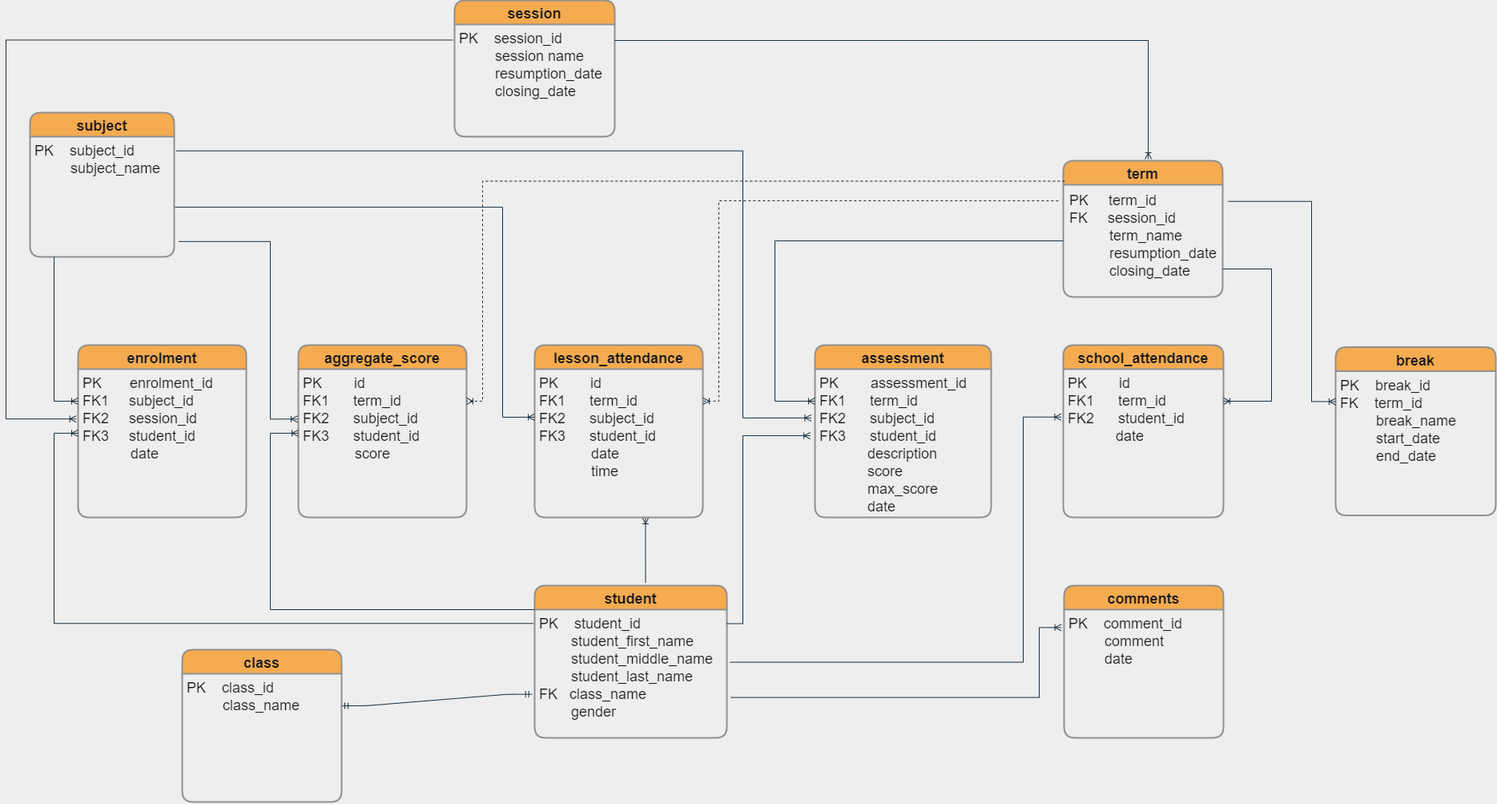
This is app/images/sims_ERD.png from KelvinJC/SIMS-Desktop-app, a draw.io export, as it was before one commit. Source tidied: cells renumbered, new cells last; positions are measured from the earlier drawing's top-left corner, leaving out a move shared by most shapes.
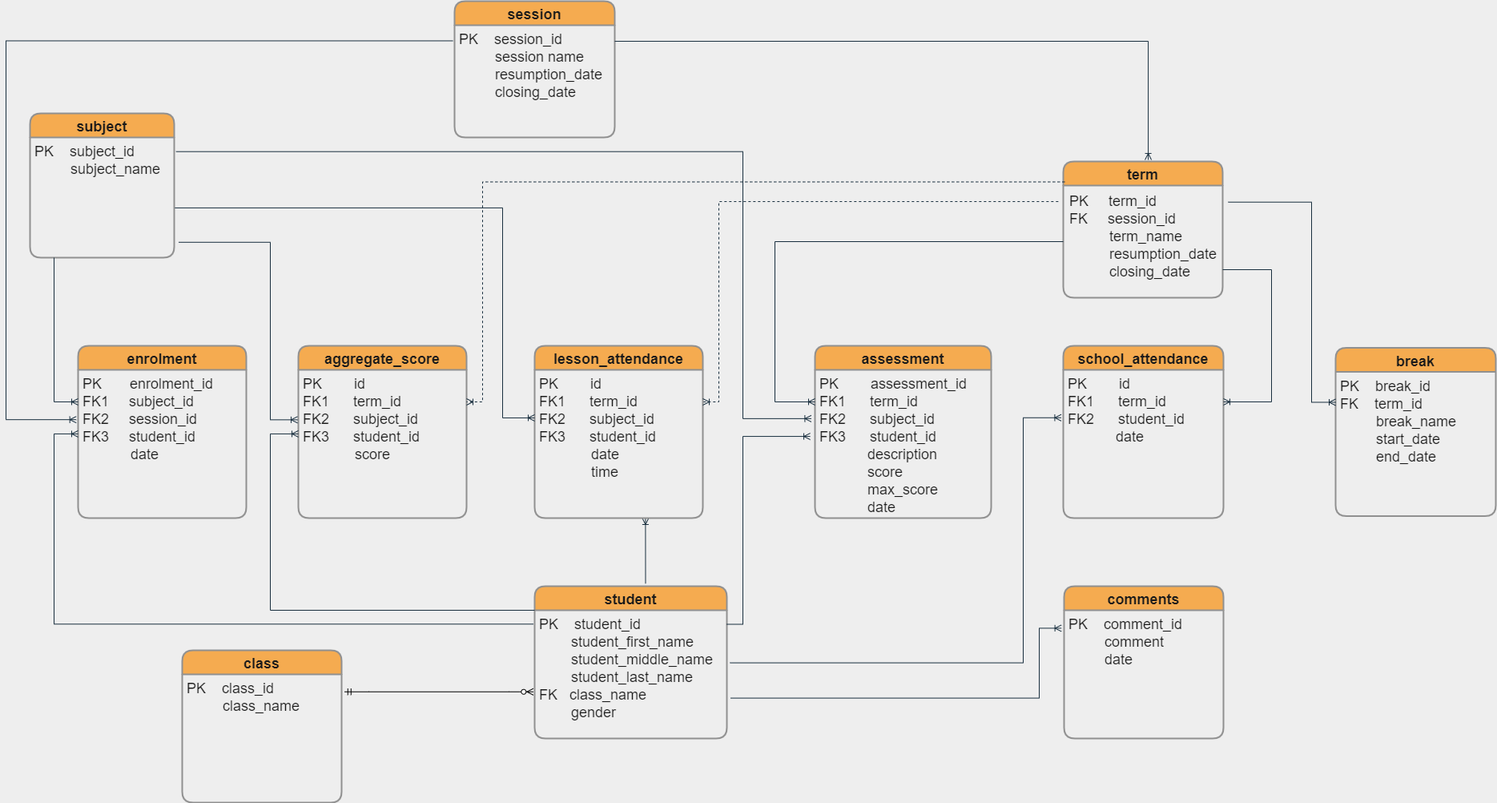
After the change.

Commit message:
added timetable, 1 class to  many students ERD

Diff of the diagram source:
```diff
@@ -70,9 +70,6 @@
         </Array>
       </mxGeometry>
     </mxCell>
-    <mxCell id="20" style="edgeStyle=entityRelationEdgeStyle;fontSize=12;html=1;endArrow=ERmandOne;startArrow=ERmandOne;rounded=1;sketch=0;fontColor=#1A1A1A;strokeColor=#182E3E;curved=0;exitX=-0.014;exitY=0.66;exitDx=0;exitDy=0;entryX=1;entryY=0.25;entryDx=0;entryDy=0;labelBackgroundColor=#EEEEEE;exitPerimeter=0;" parent="1" edge="1" source="15" target="22">
-      <mxGeometry relative="1" as="geometry" />
-    </mxCell>
     <mxCell id="21" value="class" style="swimlane;horizontal=1;startSize=30;rounded=1;fontSize=18;fontStyle=1;strokeWidth=2;shadow=0;dashed=0;align=center;sketch=0;fontColor=#1A1A1A;fillColor=#F5AB50;strokeColor=#909090;" parent="1" vertex="1">
       <mxGeometry x="220" y="810" width="199" height="190" as="geometry" />
     </mxCell>
@@ -228,5 +225,8 @@
         </Array>
       </mxGeometry>
     </mxCell>
+    <mxCell id="46" style="edgeStyle=entityRelationEdgeStyle;fontSize=12;html=1;endArrow=ERzeroToMany;startArrow=ERmandOne;rounded=0;entryX=-0.007;entryY=0.636;entryDx=0;entryDy=0;entryPerimeter=0;exitX=1.019;exitY=0.136;exitDx=0;exitDy=0;exitPerimeter=0;" parent="1" edge="1" source="22" target="15">
+      <mxGeometry relative="1" as="geometry" />
+    </mxCell>
   </root>
 </mxGraphModel>
```
